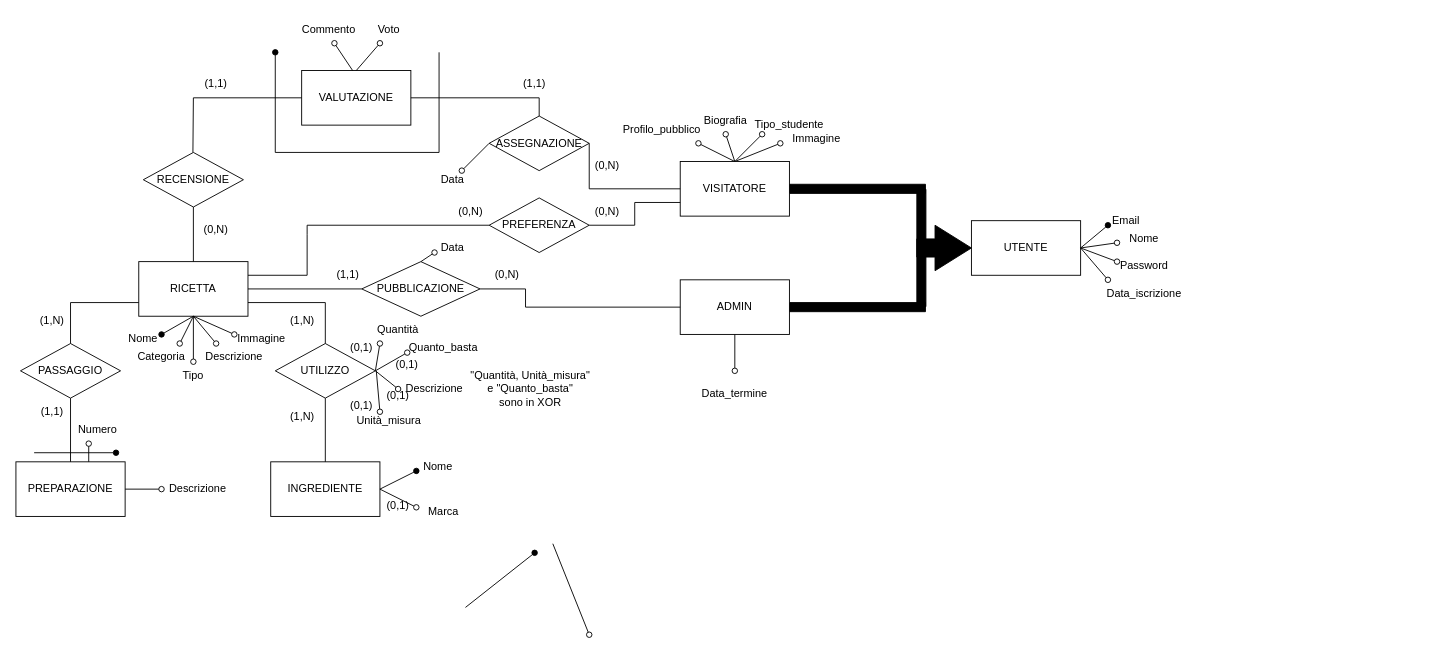
Uni-cooked/uni-cooked keeps this draw.io diagram as page "Page-2" (2 of 2) of DB uni-cooked.drawio. Above is the earlier version. Source tidied: cells renumbered, new cells numbered last; positions are measured from the earlier drawing's top-left corner, leaving out a move shared by most shapes. Both pictures are drawn from the tidied source at 91%, with x=0, y=0 at pixel (15, 15).
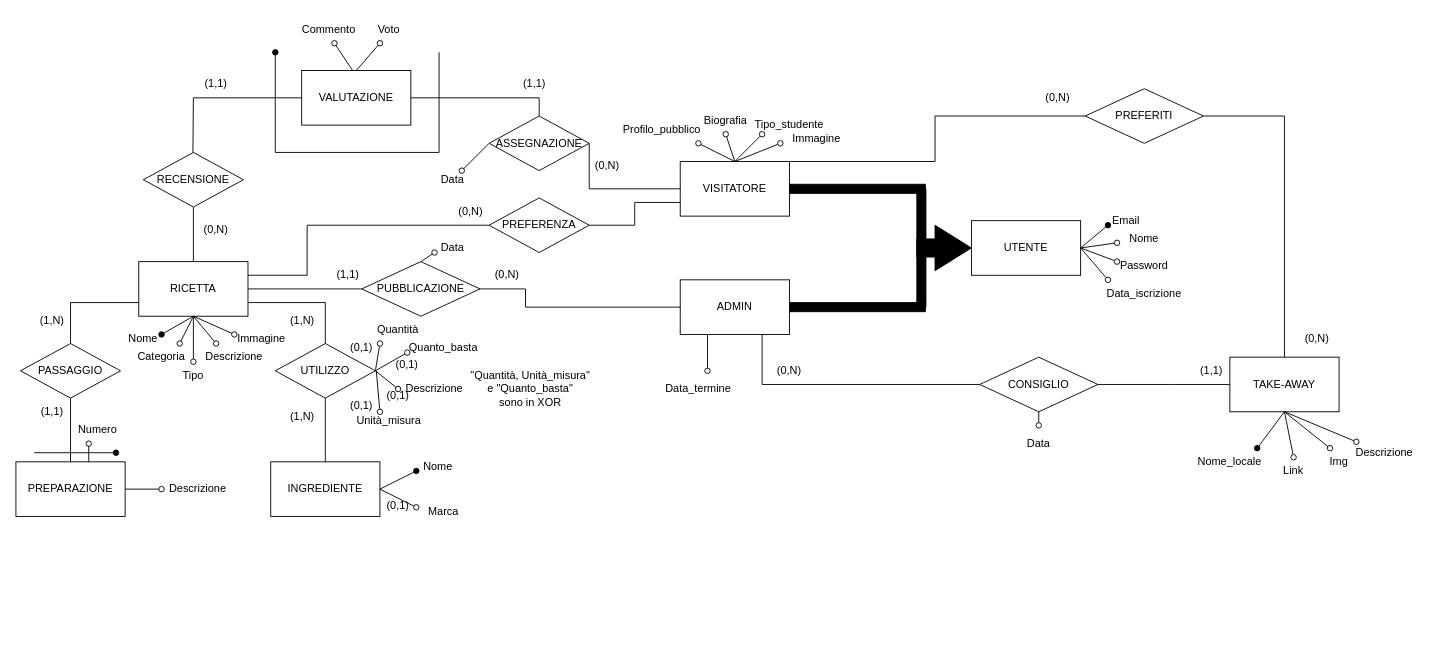
Above is the later version.

The change refers to these unchanged cells:
```xml
<mxCell id="9" value="ADMIN" style="rounded=0;whiteSpace=wrap;html=1;" parent="1" vertex="1">
  <mxGeometry x="730" y="290" width="120" height="60" as="geometry" />
</mxCell>
<mxCell id="76" value="VISITATORE" style="rounded=0;whiteSpace=wrap;html=1;" parent="1" vertex="1">
  <mxGeometry x="730" y="160" width="120" height="60" as="geometry" />
</mxCell>
```

Diff of the diagram source:
```diff
@@
-    <mxCell id="27" style="endArrow=none;html=1;rounded=0;startArrow=oval;startFill=1;entryX=0.5;entryY=0;entryDx=0;entryDy=0;" parent="1" edge="1">
+    <mxCell id="27" style="endArrow=none;html=1;rounded=0;startArrow=oval;startFill=1;entryX=0.5;entryY=1;entryDx=0;entryDy=0;" parent="1" edge="1" target="105">
       <mxGeometry relative="1" as="geometry">
-        <mxPoint x="570" y="590" as="sourcePoint" />
-        <mxPoint x="494" y="650" as="targetPoint" />
+        <mxPoint x="1364" y="475" as="sourcePoint" />
       </mxGeometry>
     </mxCell>
@@
-    <mxCell id="72" style="endArrow=none;html=1;rounded=0;startArrow=oval;startFill=0;entryX=1;entryY=0.5;entryDx=0;entryDy=0;" parent="1" edge="1">
+    <mxCell id="72" style="endArrow=none;html=1;rounded=0;startArrow=oval;startFill=0;entryX=0.5;entryY=1;entryDx=0;entryDy=0;" parent="1" edge="1" target="105">
       <mxGeometry relative="1" as="geometry">
-        <mxPoint x="630" y="680" as="sourcePoint" />
-        <mxPoint x="590" y="580" as="targetPoint" />
+        <mxPoint x="1404" y="485" as="sourcePoint" />
       </mxGeometry>
     </mxCell>
@@
-    <mxCell id="80" style="endArrow=none;html=1;rounded=0;startArrow=oval;startFill=0;entryX=0.5;entryY=1;entryDx=0;entryDy=0;" parent="1" edge="1" target="9">
+    <mxCell id="80" style="endArrow=none;html=1;rounded=0;startArrow=oval;startFill=0;entryX=0.25;entryY=1;entryDx=0;entryDy=0;" parent="1" edge="1" target="9">
       <mxGeometry relative="1" as="geometry">
-        <mxPoint x="790" y="390" as="sourcePoint" />
+        <mxPoint x="760" y="390" as="sourcePoint" />
       </mxGeometry>
     </mxCell>
     <mxCell id="81" value="Data_termine" style="text;html=1;align=center;verticalAlign=middle;whiteSpace=wrap;rounded=0;" parent="1" vertex="1">
-      <mxGeometry x="760" y="400" width="60" height="30" as="geometry" />
+      <mxGeometry x="720" y="395" width="60" height="30" as="geometry" />
     </mxCell>
@@
     <mxCell id="98" value="(0,N)" style="text;html=1;align=center;verticalAlign=middle;whiteSpace=wrap;rounded=0;" parent="1" vertex="1">
-      <mxGeometry x="620" y="200" width="60" height="30" as="geometry" />
+      <mxGeometry x="1115" y="75" width="60" height="30" as="geometry" />
     </mxCell>
@@
+    <mxCell id="105" value="&lt;div&gt;TAKE-AWAY&lt;/div&gt;" style="rounded=0;whiteSpace=wrap;html=1;" parent="1" vertex="1">
+      <mxGeometry x="1334" y="375" width="120" height="60" as="geometry" />
+    </mxCell>
+    <mxCell id="106" value="&lt;div&gt;Nome_locale&lt;/div&gt;" style="text;html=1;align=center;verticalAlign=middle;whiteSpace=wrap;rounded=0;" parent="1" vertex="1">
+      <mxGeometry x="1304" y="475" width="60" height="30" as="geometry" />
+    </mxCell>
+    <mxCell id="107" value="&lt;div&gt;Link&lt;/div&gt;" style="text;html=1;align=center;verticalAlign=middle;whiteSpace=wrap;rounded=0;" parent="1" vertex="1">
+      <mxGeometry x="1374" y="485" width="60" height="30" as="geometry" />
+    </mxCell>
+    <mxCell id="108" value="&lt;div&gt;Img&lt;/div&gt;" style="text;html=1;align=center;verticalAlign=middle;whiteSpace=wrap;rounded=0;" parent="1" vertex="1">
+      <mxGeometry x="1424" y="475" width="60" height="30" as="geometry" />
+    </mxCell>
+    <mxCell id="109" value="&lt;div&gt;Descrizione&lt;/div&gt;" style="text;html=1;align=center;verticalAlign=middle;whiteSpace=wrap;rounded=0;" parent="1" vertex="1">
+      <mxGeometry x="1474" y="465" width="60" height="30" as="geometry" />
+    </mxCell>
+    <mxCell id="110" style="endArrow=none;html=1;rounded=0;startArrow=oval;startFill=0;entryX=0.5;entryY=1;entryDx=0;entryDy=0;" parent="1" edge="1" target="105">
+      <mxGeometry relative="1" as="geometry">
+        <mxPoint x="1444" y="475" as="sourcePoint" />
+      </mxGeometry>
+    </mxCell>
+    <mxCell id="111" style="endArrow=none;html=1;rounded=0;startArrow=oval;startFill=0;exitX=0.817;exitY=-0.233;exitDx=0;exitDy=0;exitPerimeter=0;entryX=0.5;entryY=1;entryDx=0;entryDy=0;" parent="1" edge="1" source="108" target="105">
+      <mxGeometry relative="1" as="geometry" />
+    </mxCell>
+    <mxCell id="112" style="endArrow=none;html=1;rounded=0;exitX=0.5;exitY=0;exitDx=0;exitDy=0;entryX=1;entryY=0.5;entryDx=0;entryDy=0;" parent="1" edge="1" source="105" target="113">
+      <mxGeometry relative="1" as="geometry">
+        <Array as="points">
+          <mxPoint x="1394" y="110" />
+        </Array>
+      </mxGeometry>
+    </mxCell>
+    <mxCell id="113" value="PREFERITI" style="rhombus;whiteSpace=wrap;html=1;" parent="1" vertex="1">
+      <mxGeometry x="1175" y="80" width="130" height="60" as="geometry" />
+    </mxCell>
+    <mxCell id="114" style="endArrow=none;html=1;rounded=0;exitX=1;exitY=0;exitDx=0;exitDy=0;entryX=0;entryY=0.5;entryDx=0;entryDy=0;" parent="1" edge="1" source="76" target="113">
+      <mxGeometry relative="1" as="geometry">
+        <Array as="points">
+          <mxPoint x="1010" y="160" />
+          <mxPoint x="1010" y="110" />
+        </Array>
+      </mxGeometry>
+    </mxCell>
+    <mxCell id="115" style="endArrow=none;html=1;rounded=0;exitX=0;exitY=0.5;exitDx=0;exitDy=0;entryX=1;entryY=0.5;entryDx=0;entryDy=0;" parent="1" edge="1" source="105" target="116">
+      <mxGeometry relative="1" as="geometry">
+        <Array as="points">
+          <mxPoint x="1269" y="405" />
+        </Array>
+      </mxGeometry>
+    </mxCell>
+    <mxCell id="116" value="CONSIGLIO" style="rhombus;whiteSpace=wrap;html=1;" parent="1" vertex="1">
+      <mxGeometry x="1059" y="375" width="130" height="60" as="geometry" />
+    </mxCell>
+    <mxCell id="117" style="endArrow=none;html=1;rounded=0;exitX=0.75;exitY=1;exitDx=0;exitDy=0;entryX=0;entryY=0.5;entryDx=0;entryDy=0;" parent="1" edge="1" source="9" target="116">
+      <mxGeometry relative="1" as="geometry">
+        <Array as="points">
+          <mxPoint x="820" y="390" />
+          <mxPoint x="820" y="405" />
+        </Array>
+      </mxGeometry>
+    </mxCell>
+    <mxCell id="118" value="Data" style="text;html=1;align=center;verticalAlign=middle;whiteSpace=wrap;rounded=0;" parent="1" vertex="1">
+      <mxGeometry x="1094" y="455" width="60" height="30" as="geometry" />
+    </mxCell>
+    <mxCell id="119" style="endArrow=none;html=1;rounded=0;startArrow=oval;startFill=0;entryX=0.5;entryY=1;entryDx=0;entryDy=0;" parent="1" edge="1" target="116">
+      <mxGeometry relative="1" as="geometry">
+        <mxPoint x="1124" y="450" as="sourcePoint" />
+      </mxGeometry>
+    </mxCell>
+    <mxCell id="120" value="(0,N)" style="text;html=1;align=center;verticalAlign=middle;whiteSpace=wrap;rounded=0;" parent="1" vertex="1">
+      <mxGeometry x="820" y="375" width="60" height="30" as="geometry" />
+    </mxCell>
+    <mxCell id="121" value="(1,1)" style="text;html=1;align=center;verticalAlign=middle;whiteSpace=wrap;rounded=0;" parent="1" vertex="1">
+      <mxGeometry x="1284" y="375" width="60" height="30" as="geometry" />
+    </mxCell>
+    <mxCell id="122" value="(0,N)" style="text;html=1;align=center;verticalAlign=middle;whiteSpace=wrap;rounded=0;" parent="1" vertex="1">
+      <mxGeometry x="1400" y="340" width="60" height="30" as="geometry" />
+    </mxCell>
```
